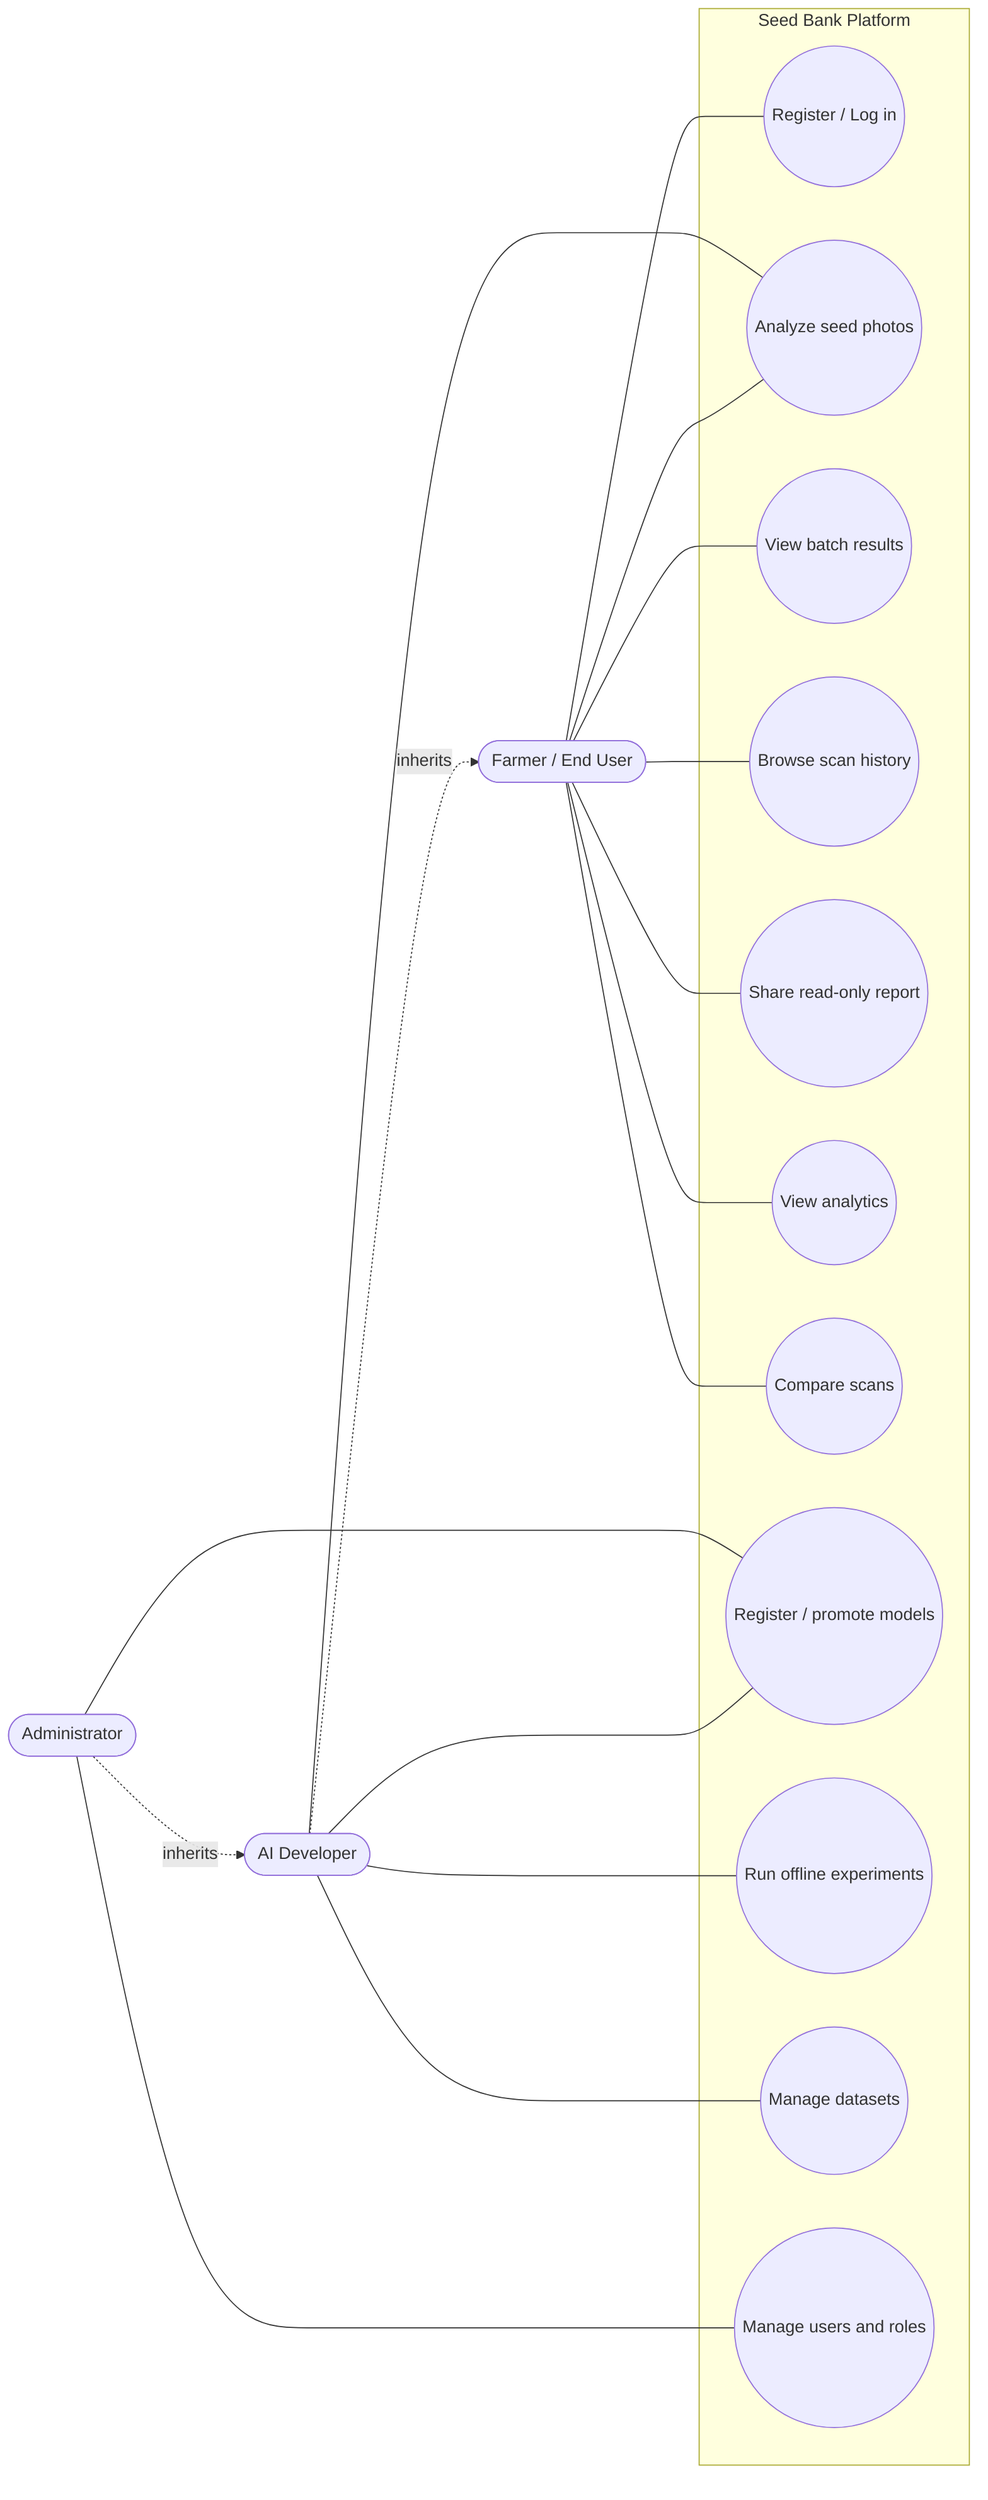
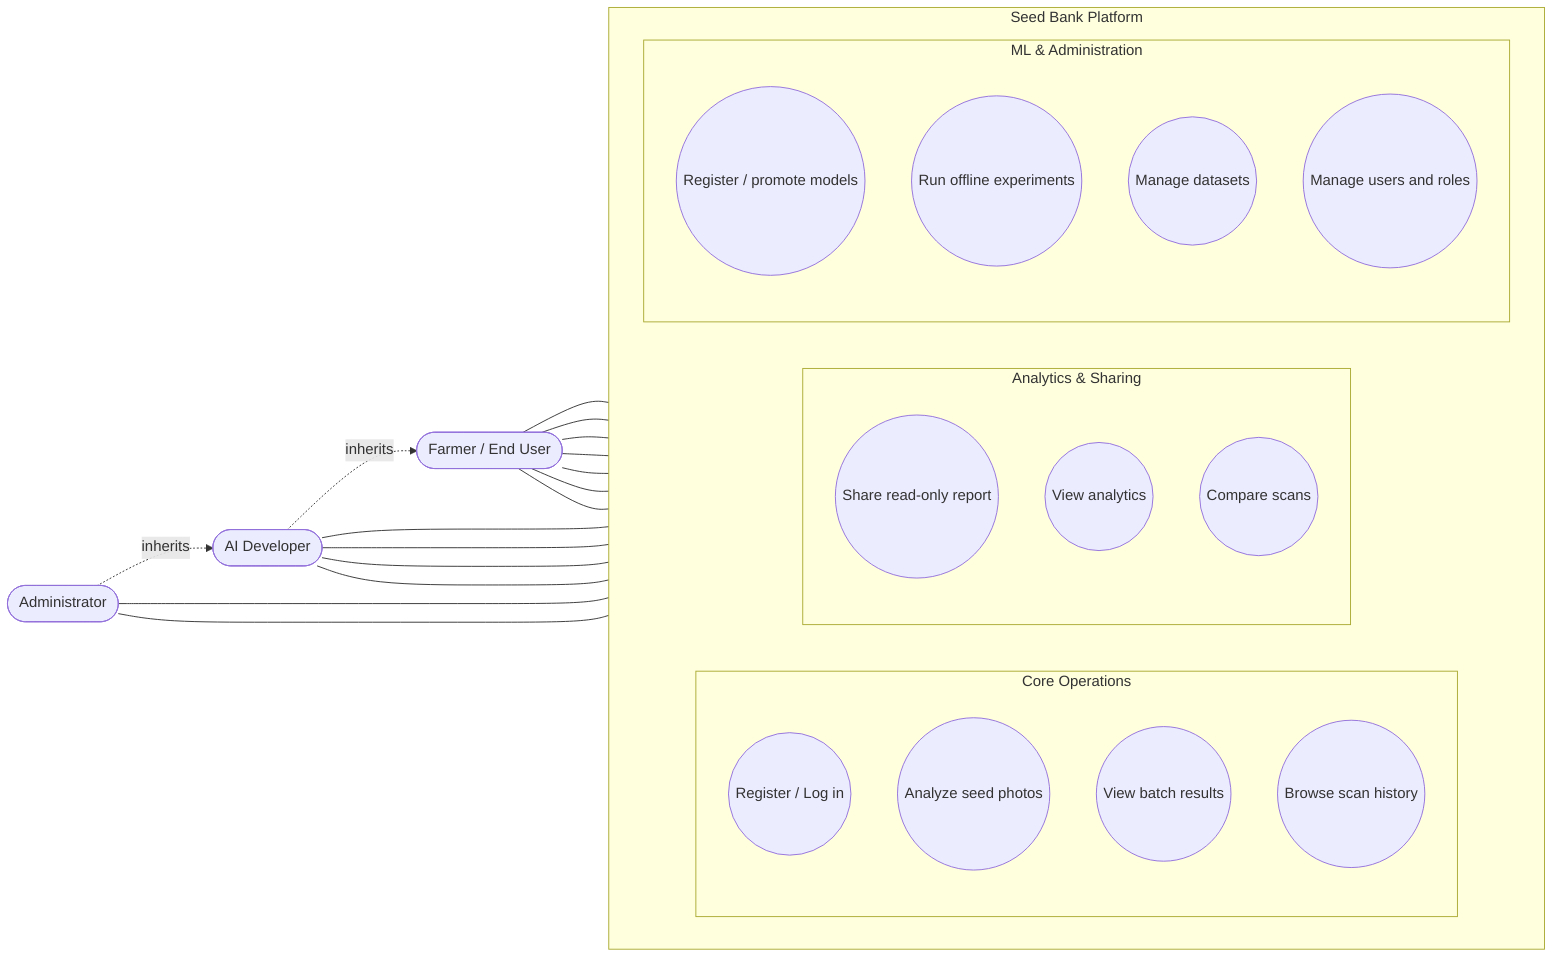
flowchart LR
    farmer([Farmer / End User])
    dev([AI Developer])
    admin([Administrator])

-     subgraph SB[Seed Bank Platform]
-         u1((Register / Log in))
-         u2((Analyze seed photos))
-         u3((View batch results))
-         u4((Browse scan history))
-         u5((Share read-only report))
-         u6((View analytics))
-         u7((Compare scans))
-         u9((Register / promote models))
-         u10((Run offline experiments))
-         u11((Manage datasets))
-         u13((Manage users and roles))
+     subgraph SB["Seed Bank Platform"]
+         direction LR
+         subgraph Col1["Core Operations"]
+             direction TB
+             u1((Register / Log in))
+             u2((Analyze seed photos))
+             u3((View batch results))
+             u4((Browse scan history))
+         end
+         subgraph Col2["Analytics & Sharing"]
+             direction TB
+             u5((Share read-only report))
+             u6((View analytics))
+             u7((Compare scans))
+         end
+         subgraph Col3["ML & Administration"]
+             direction TB
+             u9((Register / promote models))
+             u10((Run offline experiments))
+             u11((Manage datasets))
+             u13((Manage users and roles))
+         end
    end

    farmer --- u1
    farmer --- u2
    farmer --- u3
    farmer --- u4
    farmer --- u5
    farmer --- u6
    farmer --- u7

    dev --- u2
    dev --- u9
    dev --- u10
    dev --- u11

    admin --- u13
    admin --- u9

    dev -. inherits .-> farmer
    admin -. inherits .-> dev
